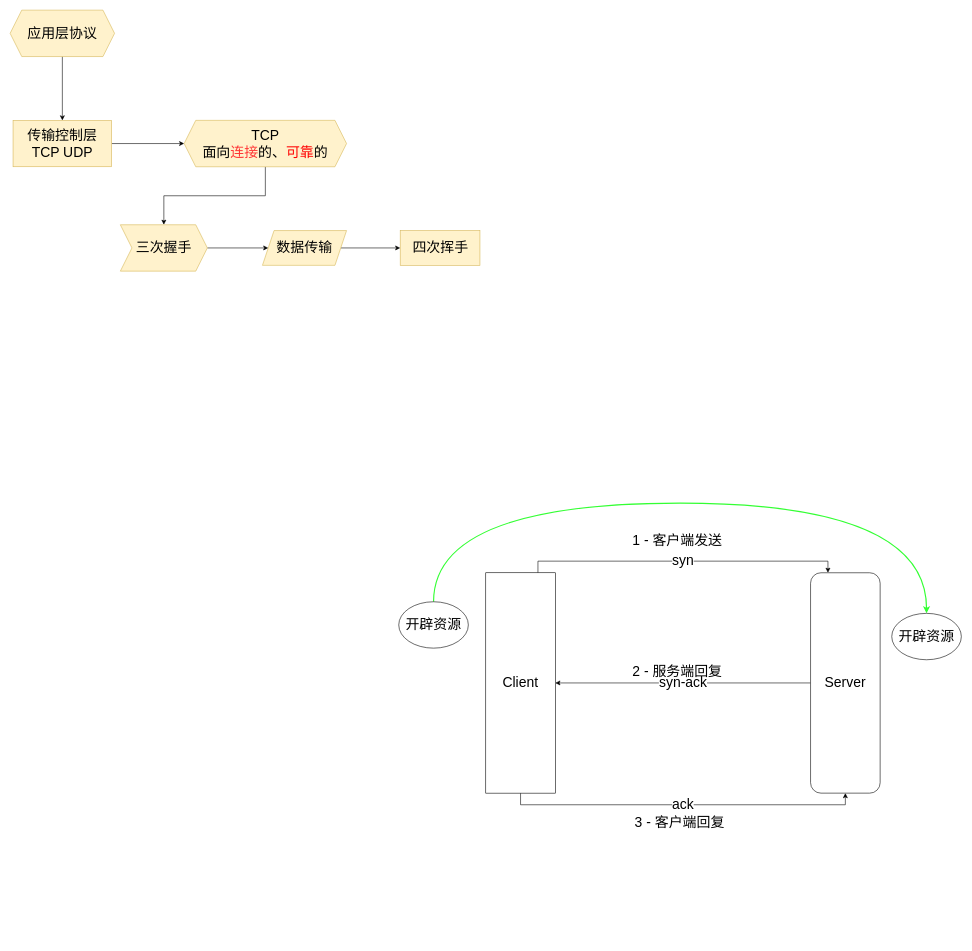
Earlier version of the draw.io diagram 计算机网络/TPC、IP理解流程图.drawio (lynxlangya/diawio-folder). Source tidied: cells renumbered, new cells numbered last; positions are measured from the earlier drawing's top-left corner, leaving out a move shared by most shapes. Both pictures are drawn from the tidied source at 58%, with x=0, y=0 at pixel (10, 10).
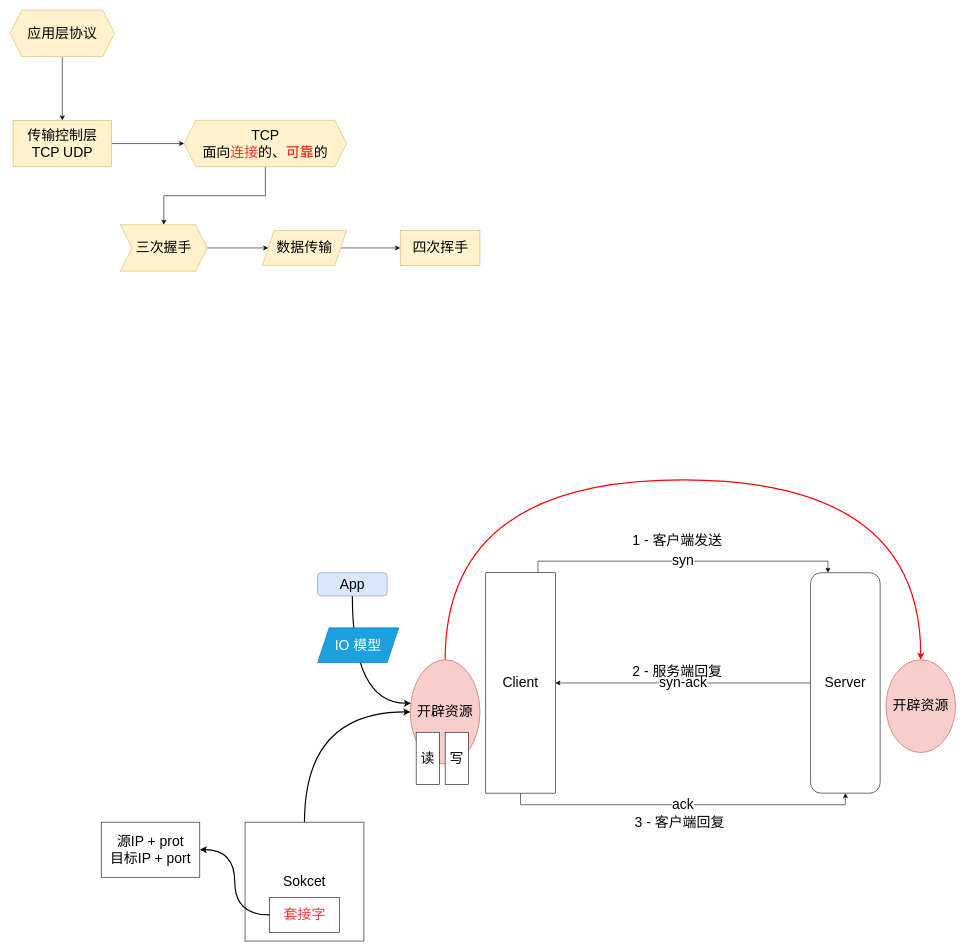
The same diagram, later.

Commit message:
更新TPC、IP理解流程图.drawio

The edit, as a diff of the source:
```diff
@@
-    <mxCell id="10" style="edgeStyle=orthogonalEdgeStyle;curved=1;rounded=0;jettySize=auto;html=1;exitX=0.5;exitY=0;exitDx=0;exitDy=0;entryX=0.5;entryY=0;entryDx=0;entryDy=0;strokeColor=#33FF33;strokeWidth=2;" parent="1" edge="1" source="11" target="12">
+    <mxCell id="10" style="edgeStyle=orthogonalEdgeStyle;curved=1;rounded=0;jettySize=auto;html=1;exitX=0.5;exitY=0;exitDx=0;exitDy=0;entryX=0.5;entryY=0;entryDx=0;entryDy=0;fontSize=24;strokeColor=#FF0000;strokeWidth=2;" parent="1" edge="1" source="11" target="12">
       <mxGeometry relative="1" as="geometry">
         <Array as="points">
-          <mxPoint x="730" y="850" />
-          <mxPoint x="1580" y="850" />
+          <mxPoint x="750" y="810" />
+          <mxPoint x="1570" y="810" />
         </Array>
       </mxGeometry>
     </mxCell>
-    <mxCell id="11" value="开辟资源" style="ellipse;whiteSpace=wrap;html=1;fontSize=24;" parent="1" vertex="1">
-      <mxGeometry x="670" y="1020" width="120" height="80" as="geometry" />
+    <mxCell id="11" value="开辟资源" style="ellipse;whiteSpace=wrap;html=1;fontSize=24;fillColor=#f8cecc;strokeColor=#b85450;" parent="1" vertex="1">
+      <mxGeometry x="690" y="1120" width="120" height="180" as="geometry" />
     </mxCell>
-    <mxCell id="12" value="开辟资源" style="ellipse;whiteSpace=wrap;html=1;fontSize=24;" parent="1" vertex="1">
-      <mxGeometry x="1520" y="1040" width="120" height="80" as="geometry" />
+    <mxCell id="12" value="开辟资源" style="ellipse;whiteSpace=wrap;html=1;fontSize=24;fillColor=#f8cecc;strokeColor=#b85450;" parent="1" vertex="1">
+      <mxGeometry x="1510" y="1120" width="120" height="160" as="geometry" />
     </mxCell>
@@
+    <mxCell id="24" style="edgeStyle=orthogonalEdgeStyle;curved=1;rounded=0;jettySize=auto;html=1;exitX=0.5;exitY=0;exitDx=0;exitDy=0;entryX=0;entryY=0.5;entryDx=0;entryDy=0;fontSize=24;strokeColor=#000000;strokeWidth=2;" parent="1" edge="1" source="25" target="11">
+      <mxGeometry relative="1" as="geometry" />
+    </mxCell>
+    <mxCell id="25" value="&lt;font style=&quot;font-size: 24px&quot;&gt;Sokcet&lt;br&gt;&lt;/font&gt;" style="whiteSpace=wrap;html=1;" parent="1" vertex="1">
+      <mxGeometry x="405" y="1400" width="205" height="205" as="geometry" />
+    </mxCell>
+    <mxCell id="26" value="读" style="rounded=0;whiteSpace=wrap;html=1;fontSize=24;" parent="1" vertex="1">
+      <mxGeometry x="700" y="1245" width="40" height="90" as="geometry" />
+    </mxCell>
+    <mxCell id="27" value="写" style="rounded=0;whiteSpace=wrap;html=1;fontSize=24;" parent="1" vertex="1">
+      <mxGeometry x="750" y="1245" width="40" height="90" as="geometry" />
+    </mxCell>
+    <mxCell id="28" style="edgeStyle=orthogonalEdgeStyle;curved=1;rounded=0;jettySize=auto;html=1;exitX=0.5;exitY=1;exitDx=0;exitDy=0;entryX=0.008;entryY=0.417;entryDx=0;entryDy=0;entryPerimeter=0;fontSize=24;strokeColor=#000000;strokeWidth=2;" parent="1" edge="1" source="29" target="11">
+      <mxGeometry relative="1" as="geometry" />
+    </mxCell>
+    <mxCell id="29" value="App" style="rounded=1;whiteSpace=wrap;html=1;fontSize=24;fillColor=#dae8fc;strokeColor=#6c8ebf;" parent="1" vertex="1">
+      <mxGeometry x="530" y="970" width="120" height="40" as="geometry" />
+    </mxCell>
+    <mxCell id="30" value="IO 模型" style="shape=parallelogram;perimeter=parallelogramPerimeter;whiteSpace=wrap;html=1;fixedSize=1;fontSize=24;fillColor=#1ba1e2;fontColor=#ffffff;strokeColor=#006EAF;" parent="1" vertex="1">
+      <mxGeometry x="530" y="1065" width="140" height="60" as="geometry" />
+    </mxCell>
+    <mxCell id="31" value="源IP + prot&lt;br&gt;目标IP + port" style="rounded=0;whiteSpace=wrap;html=1;fontSize=24;" parent="1" vertex="1">
+      <mxGeometry x="157" y="1400" width="170" height="95" as="geometry" />
+    </mxCell>
+    <mxCell id="32" style="edgeStyle=orthogonalEdgeStyle;curved=1;rounded=0;jettySize=auto;html=1;exitX=0;exitY=0.5;exitDx=0;exitDy=0;entryX=1;entryY=0.5;entryDx=0;entryDy=0;fontSize=24;fontColor=#FF3333;strokeColor=#000000;strokeWidth=2;" parent="1" edge="1" source="33" target="31">
+      <mxGeometry relative="1" as="geometry" />
+    </mxCell>
+    <mxCell id="33" value="套接字" style="rounded=0;whiteSpace=wrap;html=1;fontSize=24;fontColor=#FF3333;" parent="1" vertex="1">
+      <mxGeometry x="447.5" y="1530" width="120" height="60" as="geometry" />
+    </mxCell>
```
